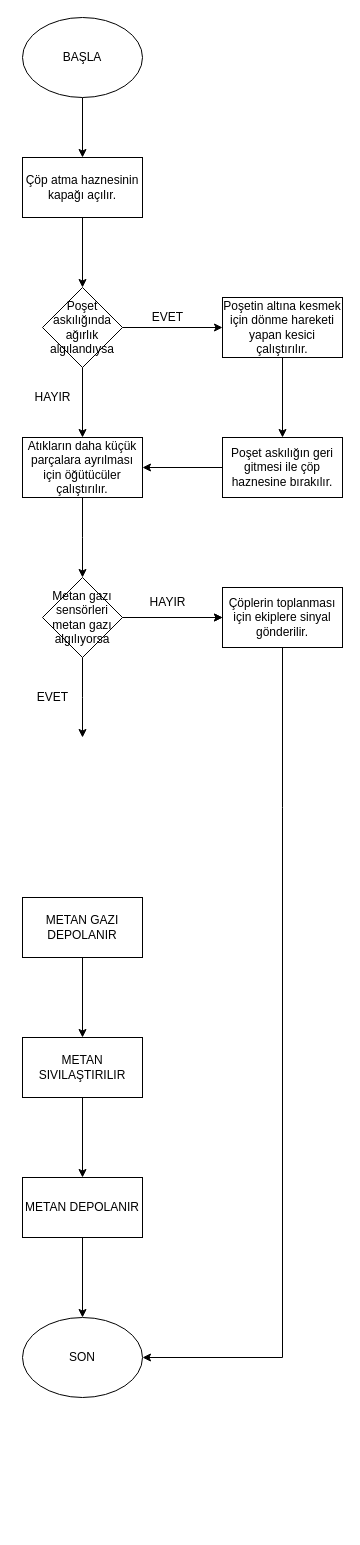
This is Untitled Diagram.drawio from Suphi-Koyuncuoglu-Anadolu-Lisesi/Teknofest-2022, a draw.io file, before an edit. Source tidied: cells renumbered, new cells numbered last; positions are measured from the earlier drawing's top-left corner, leaving out a move shared by most shapes. Both pictures are drawn from the tidied source at 100%, with x=0, y=0 at pixel (22, 17).
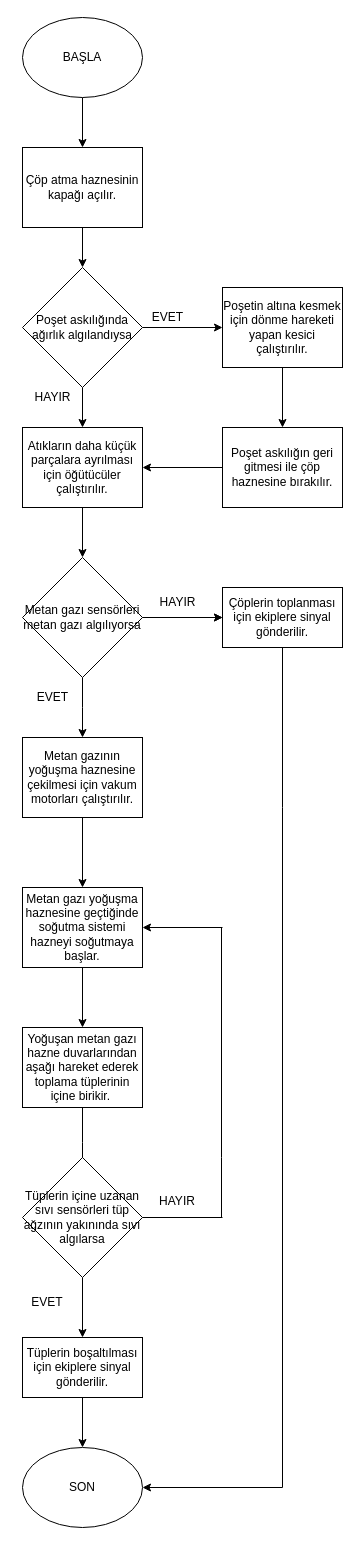
Above is the later version.

What changed in the source:
```diff
@@
     <mxCell id="5" value="Çöp atma haznesinin kapağı açılır." style="rounded=0;whiteSpace=wrap;html=1;" parent="1" vertex="1">
-      <mxGeometry y="140" width="120" height="60" as="geometry" />
+      <mxGeometry y="130" width="120" height="80" as="geometry" />
     </mxCell>
@@
     <mxCell id="8" value="Poşet askılığında ağırlık algılandıysa" style="rhombus;whiteSpace=wrap;html=1;" parent="1" vertex="1">
-      <mxGeometry x="20" y="270" width="80" height="80" as="geometry" />
+      <mxGeometry y="250" width="120" height="120" as="geometry" />
     </mxCell>
@@
     <mxCell id="10" value="Poşetin altına kesmek için dönme hareketi yapan kesici çalıştırılır." style="whiteSpace=wrap;html=1;" parent="1" vertex="1">
-      <mxGeometry x="200" y="280" width="120" height="60" as="geometry" />
+      <mxGeometry x="200" y="270" width="120" height="80" as="geometry" />
     </mxCell>
@@
     <mxCell id="13" value="Poşet askılığın geri gitmesi ile çöp haznesine bırakılır." style="whiteSpace=wrap;html=1;" parent="1" vertex="1">
-      <mxGeometry x="200" y="420" width="120" height="60" as="geometry" />
+      <mxGeometry x="200" y="410" width="120" height="80" as="geometry" />
     </mxCell>
-    <mxCell id="14" style="edgeStyle=orthogonalEdgeStyle;rounded=0;jettySize=auto;html=1;" parent="1" edge="1" source="15">
-      <mxGeometry relative="1" as="geometry">
-        <mxPoint x="60" y="560" as="targetPoint" />
-      </mxGeometry>
+    <mxCell id="14" style="edgeStyle=orthogonalEdgeStyle;rounded=0;jettySize=auto;html=1;entryX=0.5;entryY=0;entryDx=0;entryDy=0;" parent="1" edge="1" source="15" target="23">
+      <mxGeometry relative="1" as="geometry" />
     </mxCell>
     <mxCell id="15" value="Atıkların daha küçük parçalara ayrılması için öğütücüler çalıştırılır." style="whiteSpace=wrap;html=1;" parent="1" vertex="1">
-      <mxGeometry y="420" width="120" height="60" as="geometry" />
+      <mxGeometry y="410" width="120" height="80" as="geometry" />
     </mxCell>
@@
-    <mxCell id="17" style="edgeStyle=orthogonalEdgeStyle;rounded=0;jettySize=auto;html=1;" parent="1" edge="1" source="18" target="30">
-      <mxGeometry relative="1" as="geometry" />
+    <mxCell id="17" style="edgeStyle=orthogonalEdgeStyle;rounded=0;jettySize=auto;html=1;" parent="1" edge="1" source="18">
+      <mxGeometry relative="1" as="geometry">
+        <mxPoint x="60" y="1160" as="targetPoint" />
+      </mxGeometry>
     </mxCell>
-    <mxCell id="18" value="METAN SIVILAŞTIRILIR" style="rounded=0;whiteSpace=wrap;html=1;" parent="1" vertex="1">
-      <mxGeometry y="1020" width="120" height="60" as="geometry" />
+    <mxCell id="18" value="Yoğuşan metan gazı hazne duvarlarından aşağı hareket ederek toplama tüplerinin içine birikir.&amp;nbsp;" style="rounded=0;whiteSpace=wrap;html=1;" parent="1" vertex="1">
+      <mxGeometry y="1010" width="120" height="80" as="geometry" />
     </mxCell>
     <mxCell id="19" value="SON" style="ellipse;whiteSpace=wrap;html=1;" parent="1" vertex="1">
-      <mxGeometry y="1300" width="120" height="80" as="geometry" />
+      <mxGeometry y="1430" width="120" height="80" as="geometry" />
     </mxCell>
@@
     <mxCell id="23" value="Metan gazı sensörleri metan gazı algılıyorsa" style="rhombus;whiteSpace=wrap;html=1;" parent="1" vertex="1">
-      <mxGeometry x="20" y="560" width="80" height="80" as="geometry" />
+      <mxGeometry y="540" width="120" height="120" as="geometry" />
     </mxCell>
@@
     <mxCell id="26" value="HAYIR" style="text;html=1;align=center;verticalAlign=middle;strokeColor=none;fillColor=none;" parent="1" vertex="1">
-      <mxGeometry x="120" y="575" width="50" height="20" as="geometry" />
+      <mxGeometry x="130" y="575" width="50" height="20" as="geometry" />
     </mxCell>
@@
-    <mxCell id="28" value="METAN GAZI DEPOLANIR" style="whiteSpace=wrap;html=1;" parent="1" vertex="1">
-      <mxGeometry y="880" width="120" height="60" as="geometry" />
+    <mxCell id="28" value="Metan gazı yoğuşma haznesine geçtiğinde soğutma sistemi hazneyi soğutmaya başlar." style="whiteSpace=wrap;html=1;" parent="1" vertex="1">
+      <mxGeometry y="870" width="120" height="80" as="geometry" />
     </mxCell>
-    <mxCell id="29" style="edgeStyle=orthogonalEdgeStyle;rounded=0;jettySize=auto;html=1;" parent="1" edge="1" source="30" target="19">
-      <mxGeometry relative="1" as="geometry" />
-    </mxCell>
-    <mxCell id="30" value="METAN DEPOLANIR" style="whiteSpace=wrap;html=1;rounded=0;" parent="1" vertex="1">
-      <mxGeometry y="1160" width="120" height="60" as="geometry" />
-    </mxCell>
     <mxCell id="31" style="edgeStyle=orthogonalEdgeStyle;rounded=0;jettySize=auto;html=1;entryX=1;entryY=0.5;entryDx=0;entryDy=0;" parent="1" edge="1" target="19">
       <mxGeometry relative="1" as="geometry">
         <mxPoint x="260" y="790" as="sourcePoint" />
         <Array as="points">
-          <mxPoint x="260" y="1340" />
+          <mxPoint x="260" y="1470" />
         </Array>
       </mxGeometry>
     </mxCell>
@@
+    <mxCell id="33" style="edgeStyle=orthogonalEdgeStyle;rounded=0;jettySize=auto;html=1;" parent="1" edge="1" source="34" target="28">
+      <mxGeometry relative="1" as="geometry" />
+    </mxCell>
+    <mxCell id="34" value="Metan gazının yoğuşma haznesine çekilmesi için vakum motorları çalıştırılır." style="rounded=0;whiteSpace=wrap;html=1;" parent="1" vertex="1">
+      <mxGeometry y="720" width="120" height="80" as="geometry" />
+    </mxCell>
+    <mxCell id="35" style="edgeStyle=orthogonalEdgeStyle;rounded=0;jettySize=auto;html=1;fontSize=12;" parent="1" edge="1" source="36" target="19">
+      <mxGeometry relative="1" as="geometry" />
+    </mxCell>
+    <mxCell id="36" value="Tüplerin boşaltılması için ekiplere sinyal gönderilir." style="whiteSpace=wrap;html=1;rounded=0;" parent="1" vertex="1">
+      <mxGeometry y="1320" width="120" height="60" as="geometry" />
+    </mxCell>
+    <mxCell id="37" style="edgeStyle=orthogonalEdgeStyle;rounded=0;jettySize=auto;html=1;" parent="1" edge="1" source="38" target="36">
+      <mxGeometry relative="1" as="geometry" />
+    </mxCell>
+    <mxCell id="38" value="&lt;span style=&quot;font-size: 12px;&quot;&gt;Tüplerin içine uzanan sıvı sensörleri tüp ağzının yakınında sıvı algılarsa&lt;/span&gt;" style="rhombus;whiteSpace=wrap;html=1;fontSize=12;" parent="1" vertex="1">
+      <mxGeometry y="1140" width="120" height="120" as="geometry" />
+    </mxCell>
+    <mxCell id="39" style="endArrow=none;html=1;rounded=0;exitX=1;exitY=0.5;exitDx=0;exitDy=0;" parent="1" edge="1" source="38">
+      <mxGeometry relative="1" as="geometry">
+        <mxPoint x="200" y="1200" as="targetPoint" />
+      </mxGeometry>
+    </mxCell>
+    <mxCell id="40" style="endArrow=none;html=1;rounded=0;" parent="1" edge="1">
+      <mxGeometry relative="1" as="geometry">
+        <mxPoint x="199" y="1200" as="sourcePoint" />
+        <mxPoint x="199" y="910" as="targetPoint" />
+        <Array as="points">
+          <mxPoint x="199" y="1140" />
+        </Array>
+      </mxGeometry>
+    </mxCell>
+    <mxCell id="41" style="endArrow=classic;html=1;rounded=0;entryX=1;entryY=0.5;entryDx=0;entryDy=0;" parent="1" edge="1" target="28">
+      <mxGeometry relative="1" as="geometry">
+        <mxPoint x="200" y="910" as="sourcePoint" />
+      </mxGeometry>
+    </mxCell>
+    <mxCell id="42" value="HAYIR" style="text;html=1;strokeColor=none;fillColor=none;align=center;verticalAlign=middle;whiteSpace=wrap;rounded=0;fontSize=12;" parent="1" vertex="1">
+      <mxGeometry x="125" y="1169" width="60" height="30" as="geometry" />
+    </mxCell>
+    <mxCell id="43" value="EVET" style="text;html=1;strokeColor=none;fillColor=none;align=center;verticalAlign=middle;whiteSpace=wrap;rounded=0;fontSize=12;" parent="1" vertex="1">
+      <mxGeometry x="-5" y="1270" width="60" height="30" as="geometry" />
+    </mxCell>
```
